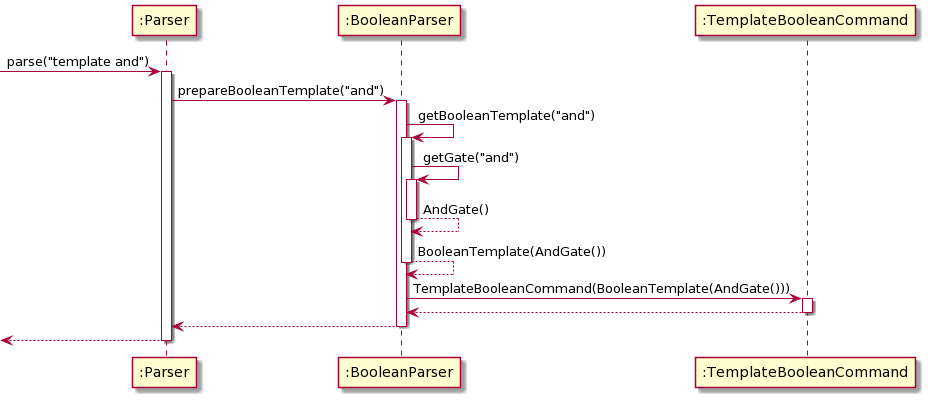
Above: docs/diagrams/TemplateBooleanCommand.png in sevenseasofbri/tp (PlantUML), before the change. Its diagram source:
```plantuml
@startuml
[->":Parser": parse("template and")

activate ":Parser"

":Parser"-> ":BooleanParser": prepareBooleanTemplate("and")

activate ":BooleanParser"

":BooleanParser" -> ":BooleanParser": getBooleanTemplate("and")

activate ":BooleanParser"

":BooleanParser" -> ":BooleanParser": getGate("and")

activate ":BooleanParser"

":BooleanParser" --> ":BooleanParser": AndGate()

deactivate ":BooleanParser"

":BooleanParser" --> ":BooleanParser": BooleanTemplate(AndGate())

deactivate ":BooleanParser"

":BooleanParser" -> ":TemplateBooleanCommand": TemplateBooleanCommand(BooleanTemplate(AndGate()))

activate ":TemplateBooleanCommand"

":TemplateBooleanCommand" --> ":BooleanParser"
deactivate ":TemplateBooleanCommand"

":BooleanParser" --> ":Parser"
deactivate ":BooleanParser"

[<-- ":Parser"
deactivate ":Parser"
@enduml
```
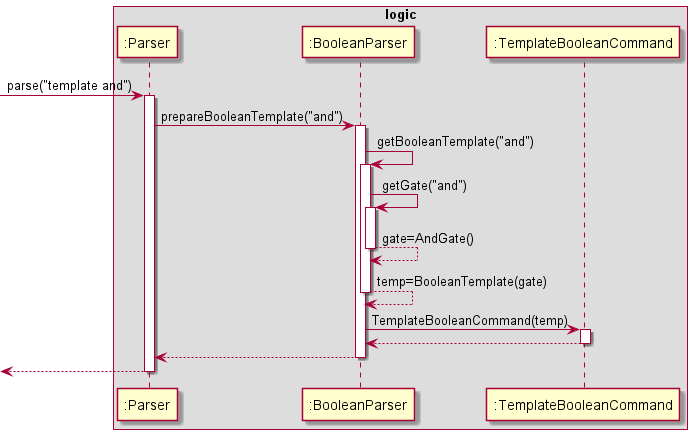
Above is the later version.

What changed in the source:
```diff
@@ -1,4 +1,6 @@
 @startuml
+
+box logic
 [->":Parser": parse("template and")
 
 activate ":Parser"
@@ -15,15 +17,15 @@
 
 activate ":BooleanParser"
 
-":BooleanParser" --> ":BooleanParser": AndGate()
+":BooleanParser" --> ":BooleanParser": gate=AndGate()
 
 deactivate ":BooleanParser"
 
-":BooleanParser" --> ":BooleanParser": BooleanTemplate(AndGate())
+":BooleanParser" --> ":BooleanParser": temp=BooleanTemplate(gate)
 
 deactivate ":BooleanParser"
 
-":BooleanParser" -> ":TemplateBooleanCommand": TemplateBooleanCommand(BooleanTemplate(AndGate()))
+":BooleanParser" -> ":TemplateBooleanCommand": TemplateBooleanCommand(temp)
 
 activate ":TemplateBooleanCommand"
 
@@ -35,4 +37,5 @@
 
 [<-- ":Parser"
 deactivate ":Parser"
+end box
 @enduml
```
